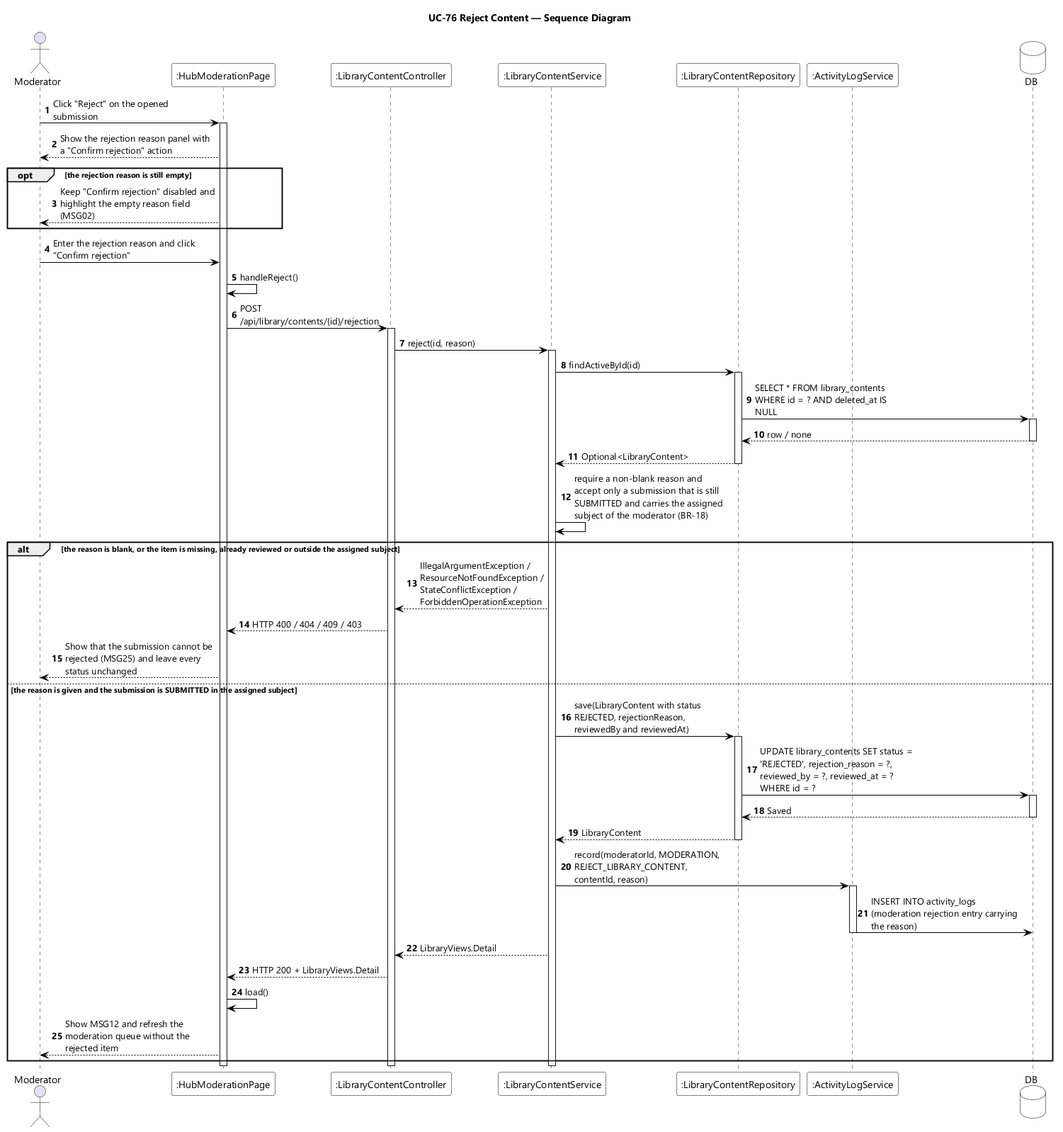
Earlier version of the PlantUML export designs/sds-diagrams/uc76/uc76-sequence-diagram.png (EduA-system/EduA-system).
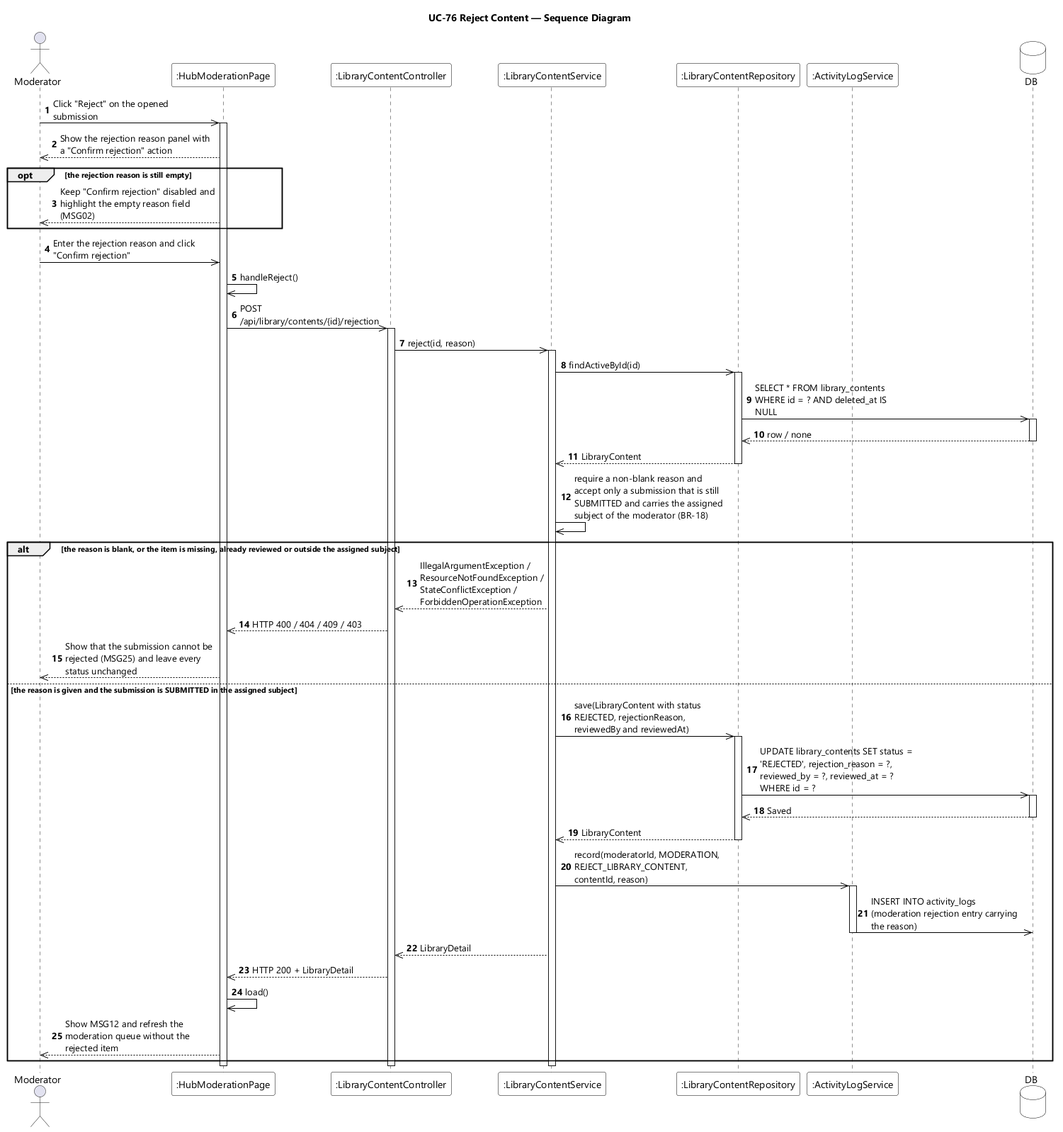
Above is the later version.

Diff of the diagram source:
```diff
@@ -20,51 +20,51 @@
 database DB
 
 autonumber
-Moderator -> UI : Click "Reject" on the opened submission
+Moderator ->> UI : Click "Reject" on the opened submission
 activate UI
-UI --> Moderator : Show the rejection reason panel with a "Confirm rejection" action
+UI -->> Moderator : Show the rejection reason panel with a "Confirm rejection" action
 
 opt the rejection reason is still empty
-  UI --> Moderator : Keep "Confirm rejection" disabled and highlight the empty reason field (MSG02)
+  UI -->> Moderator : Keep "Confirm rejection" disabled and highlight the empty reason field (MSG02)
 end
 
-Moderator -> UI : Enter the rejection reason and click "Confirm rejection"
-UI -> UI : handleReject()
-UI -> CTL : POST /api/library/contents/{id}/rejection
+Moderator ->> UI : Enter the rejection reason and click "Confirm rejection"
+UI ->> UI : handleReject()
+UI ->> CTL : POST /api/library/contents/{id}/rejection
 activate CTL
-CTL -> SVC : reject(id, reason)
+CTL ->> SVC : reject(id, reason)
 activate SVC
-SVC -> REPO : findActiveById(id)
+SVC ->> REPO : findActiveById(id)
 activate REPO
-REPO -> DB : SELECT * FROM library_contents WHERE id = ? AND deleted_at IS NULL
+REPO ->> DB : SELECT * FROM library_contents WHERE id = ? AND deleted_at IS NULL
 activate DB
-DB --> REPO : row / none
+DB -->> REPO : row / none
 deactivate DB
-REPO --> SVC : Optional<LibraryContent>
+REPO -->> SVC : LibraryContent
 deactivate REPO
-SVC -> SVC : require a non-blank reason and accept only a submission that is still SUBMITTED and carries the assigned subject of the moderator (BR-18)
+SVC ->> SVC : require a non-blank reason and accept only a submission that is still SUBMITTED and carries the assigned subject of the moderator (BR-18)
 
 alt the reason is blank, or the item is missing, already reviewed or outside the assigned subject
-  SVC --> CTL : IllegalArgumentException / ResourceNotFoundException / StateConflictException / ForbiddenOperationException
-  CTL --> UI : HTTP 400 / 404 / 409 / 403
-  UI --> Moderator : Show that the submission cannot be rejected (MSG25) and leave every status unchanged
+  SVC -->> CTL : IllegalArgumentException / ResourceNotFoundException / StateConflictException / ForbiddenOperationException
+  CTL -->> UI : HTTP 400 / 404 / 409 / 403
+  UI -->> Moderator : Show that the submission cannot be rejected (MSG25) and leave every status unchanged
 else the reason is given and the submission is SUBMITTED in the assigned subject
-  SVC -> REPO : save(LibraryContent with status REJECTED, rejectionReason, reviewedBy and reviewedAt)
+  SVC ->> REPO : save(LibraryContent with status REJECTED, rejectionReason, reviewedBy and reviewedAt)
   activate REPO
-  REPO -> DB : UPDATE library_contents SET status = 'REJECTED', rejection_reason = ?, reviewed_by = ?, reviewed_at = ? WHERE id = ?
+  REPO ->> DB : UPDATE library_contents SET status = 'REJECTED', rejection_reason = ?, reviewed_by = ?, reviewed_at = ? WHERE id = ?
   activate DB
-  DB --> REPO : Saved
+  DB -->> REPO : Saved
   deactivate DB
-  REPO --> SVC : LibraryContent
+  REPO -->> SVC : LibraryContent
   deactivate REPO
-  SVC -> LOG : record(moderatorId, MODERATION, REJECT_LIBRARY_CONTENT, contentId, reason)
+  SVC ->> LOG : record(moderatorId, MODERATION, REJECT_LIBRARY_CONTENT, contentId, reason)
   activate LOG
-  LOG -> DB : INSERT INTO activity_logs (moderation rejection entry carrying the reason)
+  LOG ->> DB : INSERT INTO activity_logs (moderation rejection entry carrying the reason)
   deactivate LOG
-  SVC --> CTL : LibraryViews.Detail
-  CTL --> UI : HTTP 200 + LibraryViews.Detail
-  UI -> UI : load()
-  UI --> Moderator : Show MSG12 and refresh the moderation queue without the rejected item
+  SVC -->> CTL : LibraryDetail
+  CTL -->> UI : HTTP 200 + LibraryDetail
+  UI ->> UI : load()
+  UI -->> Moderator : Show MSG12 and refresh the moderation queue without the rejected item
 end
 deactivate SVC
 deactivate CTL
```
